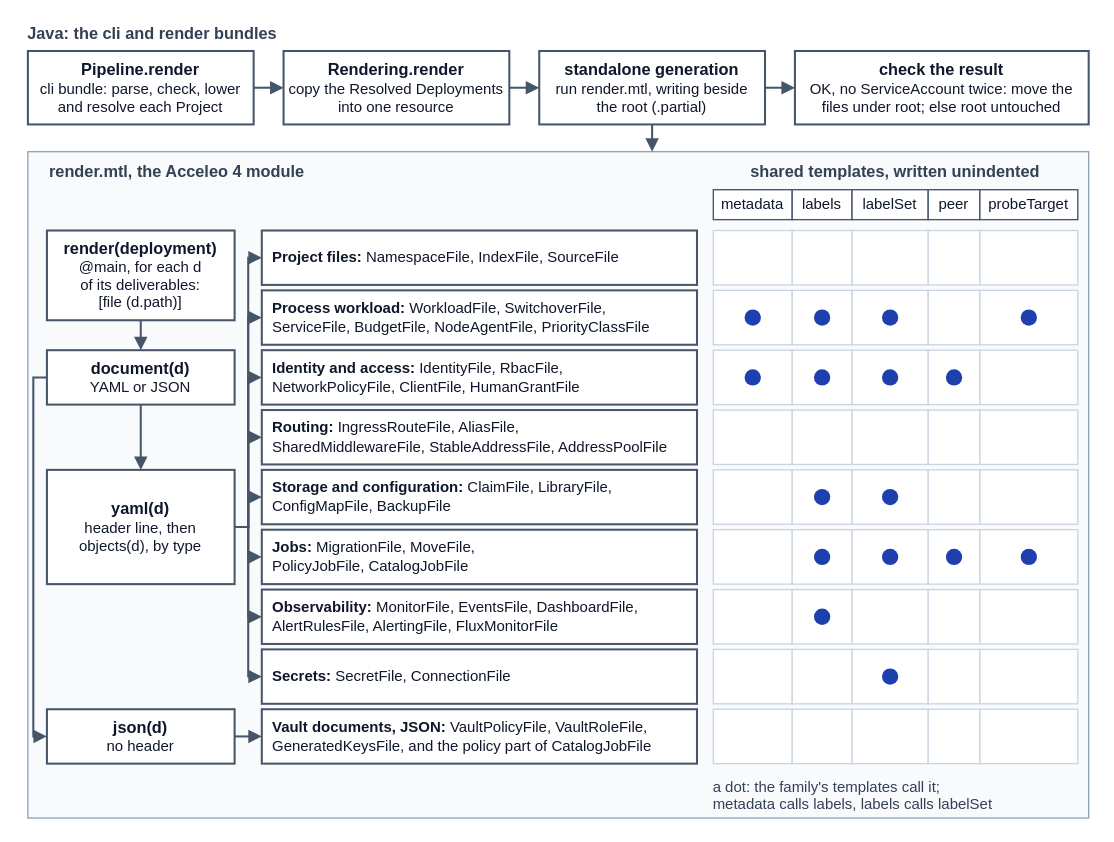
This is docs/mde/task-3-code-generation/Figures/m2t-structure.drawio from JorisJonkers-dev/deploy-kit, a draw.io file, before an edit. Source tidied: cells renumbered, new cells numbered last; positions are measured from the earlier drawing's top-left corner, leaving out a move shared by most shapes. Both pictures are drawn from the tidied source at 136%, with x=0, y=0 at pixel (27, 23).
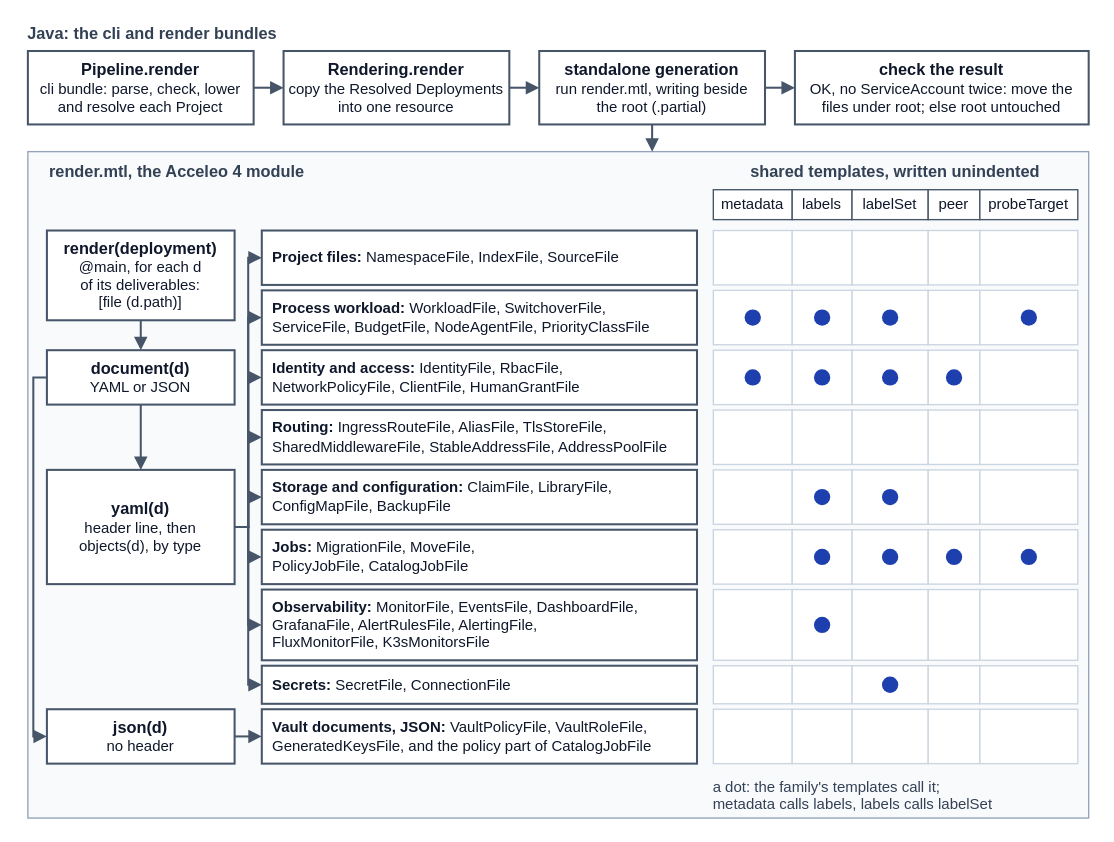
The same page after the edit.

Unchanged cells that the change refers to:
```xml
<mxCell id="92" value="&lt;b style=&quot;font-size:12px&quot;&gt;yaml(d)&lt;/b&gt;&lt;br&gt;header line, then&lt;br&gt;objects(d), by type" style="rounded=0;whiteSpace=wrap;html=1;align=center;verticalAlign=middle;fillColor=#ffffff;strokeColor=#475569;strokeWidth=1.5;fontFamily=Helvetica;fontSize=11;fontColor=#0f172a;spacing=4;" parent="1" vertex="1">
  <mxGeometry x="14" y="328" width="138" height="84" as="geometry" />
</mxCell>
```

Diff of the diagram source:
```diff
@@
-    <mxCell id="45" value="&lt;b&gt;Routing:&lt;/b&gt; IngressRouteFile, AliasFile,&lt;br&gt;SharedMiddlewareFile, StableAddressFile, AddressPoolFile" style="rounded=0;whiteSpace=wrap;html=1;align=left;verticalAlign=middle;fillColor=#ffffff;strokeColor=#475569;strokeWidth=1.5;fontFamily=Helvetica;fontSize=11;fontColor=#0f172a;spacing=0;spacingLeft=8;spacingRight=6;" parent="1" vertex="1">
+    <mxCell id="45" value="&lt;b&gt;Routing:&lt;/b&gt; IngressRouteFile, AliasFile, TlsStoreFile,&lt;br&gt;SharedMiddlewareFile, StableAddressFile, AddressPoolFile" style="rounded=0;whiteSpace=wrap;html=1;align=left;verticalAlign=middle;fillColor=#ffffff;strokeColor=#475569;strokeWidth=1.5;fontFamily=Helvetica;fontSize=11;fontColor=#0f172a;spacing=0;spacingLeft=8;spacingRight=6;" parent="1" vertex="1">
       <mxGeometry x="172" y="284" width="320" height="40" as="geometry" />
     </mxCell>
@@
-    <mxCell id="69" value="&lt;b&gt;Observability:&lt;/b&gt; MonitorFile, EventsFile, DashboardFile,&lt;br&gt;AlertRulesFile, AlertingFile, FluxMonitorFile" style="rounded=0;whiteSpace=wrap;html=1;align=left;verticalAlign=middle;fillColor=#ffffff;strokeColor=#475569;strokeWidth=1.5;fontFamily=Helvetica;fontSize=11;fontColor=#0f172a;spacing=0;spacingLeft=8;spacingRight=6;" parent="1" vertex="1">
-      <mxGeometry x="172" y="416" width="320" height="40" as="geometry" />
+    <mxCell id="69" value="&lt;b&gt;Observability:&lt;/b&gt; MonitorFile, EventsFile, DashboardFile,&lt;br&gt;GrafanaFile, AlertRulesFile, AlertingFile,&lt;br&gt;FluxMonitorFile, K3sMonitorsFile" style="rounded=0;whiteSpace=wrap;html=1;align=left;verticalAlign=middle;fillColor=#ffffff;strokeColor=#475569;strokeWidth=1.5;fontFamily=Helvetica;fontSize=11;fontColor=#0f172a;spacing=0;spacingLeft=8;spacingRight=6;" parent="1" vertex="1">
+      <mxGeometry x="172" y="416" width="320" height="52" as="geometry" />
     </mxCell>
     <mxCell id="70" style="rounded=0;whiteSpace=wrap;html=1;align=center;verticalAlign=middle;fillColor=#ffffff;strokeColor=#475569;strokeWidth=1;fontFamily=Helvetica;fontSize=12;fontColor=#0f172a;spacing=4;strokeColor=#cbd5e1;" parent="1" vertex="1">
-      <mxGeometry x="504" y="416" width="58" height="40" as="geometry" />
+      <mxGeometry x="504" y="416" width="58" height="52" as="geometry" />
     </mxCell>
     <mxCell id="71" style="rounded=0;whiteSpace=wrap;html=1;align=center;verticalAlign=middle;fillColor=#ffffff;strokeColor=#475569;strokeWidth=1;fontFamily=Helvetica;fontSize=12;fontColor=#0f172a;spacing=4;strokeColor=#cbd5e1;" parent="1" vertex="1">
-      <mxGeometry x="562" y="416" width="44" height="40" as="geometry" />
+      <mxGeometry x="562" y="416" width="44" height="52" as="geometry" />
     </mxCell>
     <mxCell id="72" style="ellipse;fillColor=#1e40af;strokeColor=none;" parent="1" vertex="1">
-      <mxGeometry x="578" y="430" width="12" height="12" as="geometry" />
+      <mxGeometry x="578" y="436" width="12" height="12" as="geometry" />
     </mxCell>
     <mxCell id="73" style="rounded=0;whiteSpace=wrap;html=1;align=center;verticalAlign=middle;fillColor=#ffffff;strokeColor=#475569;strokeWidth=1;fontFamily=Helvetica;fontSize=12;fontColor=#0f172a;spacing=4;strokeColor=#cbd5e1;" parent="1" vertex="1">
-      <mxGeometry x="606" y="416" width="56" height="40" as="geometry" />
+      <mxGeometry x="606" y="416" width="56" height="52" as="geometry" />
     </mxCell>
     <mxCell id="74" style="rounded=0;whiteSpace=wrap;html=1;align=center;verticalAlign=middle;fillColor=#ffffff;strokeColor=#475569;strokeWidth=1;fontFamily=Helvetica;fontSize=12;fontColor=#0f172a;spacing=4;strokeColor=#cbd5e1;" parent="1" vertex="1">
-      <mxGeometry x="662" y="416" width="38" height="40" as="geometry" />
+      <mxGeometry x="662" y="416" width="38" height="52" as="geometry" />
     </mxCell>
     <mxCell id="75" style="rounded=0;whiteSpace=wrap;html=1;align=center;verticalAlign=middle;fillColor=#ffffff;strokeColor=#475569;strokeWidth=1;fontFamily=Helvetica;fontSize=12;fontColor=#0f172a;spacing=4;strokeColor=#cbd5e1;" parent="1" vertex="1">
-      <mxGeometry x="700" y="416" width="72" height="40" as="geometry" />
+      <mxGeometry x="700" y="416" width="72" height="52" as="geometry" />
     </mxCell>
     <mxCell id="76" value="&lt;b&gt;Secrets:&lt;/b&gt; SecretFile, ConnectionFile" style="rounded=0;whiteSpace=wrap;html=1;align=left;verticalAlign=middle;fillColor=#ffffff;strokeColor=#475569;strokeWidth=1.5;fontFamily=Helvetica;fontSize=11;fontColor=#0f172a;spacing=0;spacingLeft=8;spacingRight=6;" parent="1" vertex="1">
-      <mxGeometry x="172" y="460" width="320" height="40" as="geometry" />
+      <mxGeometry x="172" y="472" width="320" height="28" as="geometry" />
     </mxCell>
     <mxCell id="77" style="rounded=0;whiteSpace=wrap;html=1;align=center;verticalAlign=middle;fillColor=#ffffff;strokeColor=#475569;strokeWidth=1;fontFamily=Helvetica;fontSize=12;fontColor=#0f172a;spacing=4;strokeColor=#cbd5e1;" parent="1" vertex="1">
-      <mxGeometry x="504" y="460" width="58" height="40" as="geometry" />
+      <mxGeometry x="504" y="472" width="58" height="28" as="geometry" />
     </mxCell>
     <mxCell id="78" style="rounded=0;whiteSpace=wrap;html=1;align=center;verticalAlign=middle;fillColor=#ffffff;strokeColor=#475569;strokeWidth=1;fontFamily=Helvetica;fontSize=12;fontColor=#0f172a;spacing=4;strokeColor=#cbd5e1;" parent="1" vertex="1">
-      <mxGeometry x="562" y="460" width="44" height="40" as="geometry" />
+      <mxGeometry x="562" y="472" width="44" height="28" as="geometry" />
     </mxCell>
     <mxCell id="79" style="rounded=0;whiteSpace=wrap;html=1;align=center;verticalAlign=middle;fillColor=#ffffff;strokeColor=#475569;strokeWidth=1;fontFamily=Helvetica;fontSize=12;fontColor=#0f172a;spacing=4;strokeColor=#cbd5e1;" parent="1" vertex="1">
-      <mxGeometry x="606" y="460" width="56" height="40" as="geometry" />
+      <mxGeometry x="606" y="472" width="56" height="28" as="geometry" />
     </mxCell>
     <mxCell id="80" style="ellipse;fillColor=#1e40af;strokeColor=none;" parent="1" vertex="1">
-      <mxGeometry x="628" y="474" width="12" height="12" as="geometry" />
+      <mxGeometry x="628" y="480" width="12" height="12" as="geometry" />
     </mxCell>
     <mxCell id="81" style="rounded=0;whiteSpace=wrap;html=1;align=center;verticalAlign=middle;fillColor=#ffffff;strokeColor=#475569;strokeWidth=1;fontFamily=Helvetica;fontSize=12;fontColor=#0f172a;spacing=4;strokeColor=#cbd5e1;" parent="1" vertex="1">
-      <mxGeometry x="662" y="460" width="38" height="40" as="geometry" />
+      <mxGeometry x="662" y="472" width="38" height="28" as="geometry" />
     </mxCell>
     <mxCell id="82" style="rounded=0;whiteSpace=wrap;html=1;align=center;verticalAlign=middle;fillColor=#ffffff;strokeColor=#475569;strokeWidth=1;fontFamily=Helvetica;fontSize=12;fontColor=#0f172a;spacing=4;strokeColor=#cbd5e1;" parent="1" vertex="1">
-      <mxGeometry x="700" y="460" width="72" height="40" as="geometry" />
+      <mxGeometry x="700" y="472" width="72" height="28" as="geometry" />
     </mxCell>
@@
     <mxCell id="103" style="edgeStyle=orthogonalEdgeStyle;rounded=0;html=1;endArrow=block;endFill=1;startArrow=none;startFill=1;strokeColor=#475569;strokeWidth=1.5;fontFamily=Helvetica;fontSize=11;fontColor=#334155;labelBackgroundColor=#ffffff;endSize=6;startSize=6;exitX=1;exitY=0.5;exitDx=0;exitDy=0;entryX=0;entryY=0.5;entryDx=0;entryDy=0;" parent="1" edge="1" source="92" target="69">
       <mxGeometry relative="1" as="geometry">
         <Array as="points">
           <mxPoint x="162" y="370" />
-          <mxPoint x="162" y="436" />
+          <mxPoint x="162" y="442" />
         </Array>
       </mxGeometry>
     </mxCell>
     <mxCell id="104" style="edgeStyle=orthogonalEdgeStyle;rounded=0;html=1;endArrow=block;endFill=1;startArrow=none;startFill=1;strokeColor=#475569;strokeWidth=1.5;fontFamily=Helvetica;fontSize=11;fontColor=#334155;labelBackgroundColor=#ffffff;endSize=6;startSize=6;exitX=1;exitY=0.5;exitDx=0;exitDy=0;entryX=0;entryY=0.5;entryDx=0;entryDy=0;" parent="1" edge="1" source="92" target="76">
       <mxGeometry relative="1" as="geometry">
         <Array as="points">
           <mxPoint x="162" y="370" />
-          <mxPoint x="162" y="480" />
+          <mxPoint x="162" y="486" />
         </Array>
       </mxGeometry>
     </mxCell>
```
